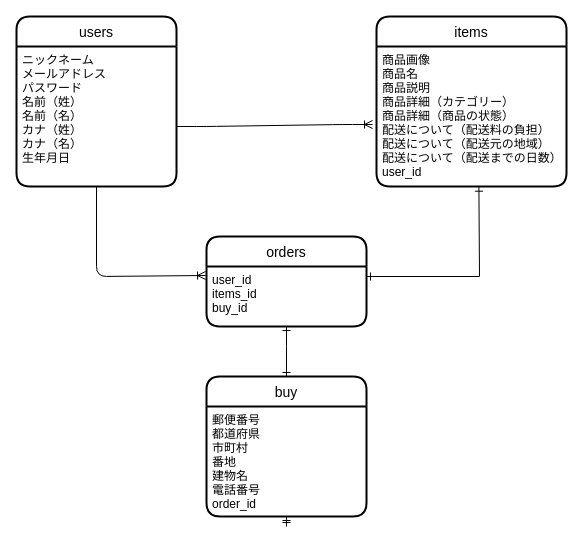
Earlier version of the draw.io diagram app/views/er.dio (yudai0112/furima-30477). Source tidied: cells renumbered, new cells numbered last; positions are measured from the earlier drawing's top-left corner, leaving out a move shared by most shapes. Both pictures are drawn from the tidied source at 100%, with x=0, y=0 at pixel (16, 16).
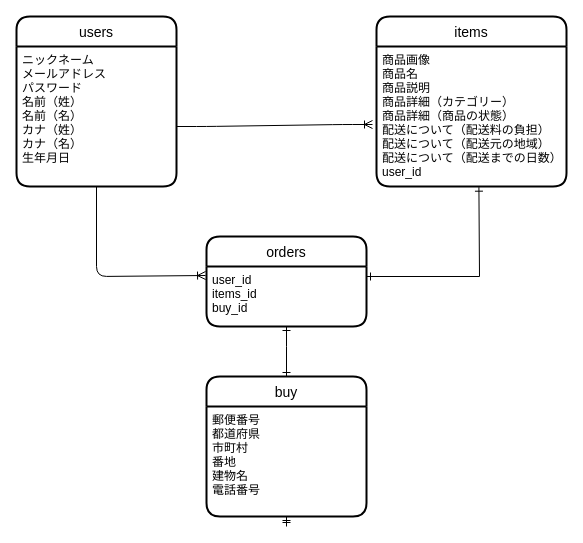
After the change.

The change refers to these unchanged cells:
```xml
<mxCell id="8" value="buy" style="swimlane;horizontal=1;startSize=30;rounded=1;fontSize=14;fontStyle=0;strokeWidth=2;shadow=0;dashed=0;align=center;" parent="1" vertex="1">
  <mxGeometry x="190" y="360" width="160" height="140" as="geometry" />
</mxCell>
```

What changed in the source:
```diff
@@
-    <mxCell id="9" value="郵便番号&#10;都道府県&#10;市町村&#10;番地&#10;建物名&#10;電話番号&#10;order_id" style="align=left;strokeColor=none;fillColor=none;spacingLeft=4;fontSize=12;verticalAlign=top;" parent="8" vertex="1">
+    <mxCell id="9" value="郵便番号&#10;都道府県&#10;市町村&#10;番地&#10;建物名&#10;電話番号&#10;" style="align=left;strokeColor=none;fillColor=none;spacingLeft=4;fontSize=12;verticalAlign=top;" parent="8" vertex="1">
       <mxGeometry y="30" width="160" height="110" as="geometry" />
     </mxCell>
```
